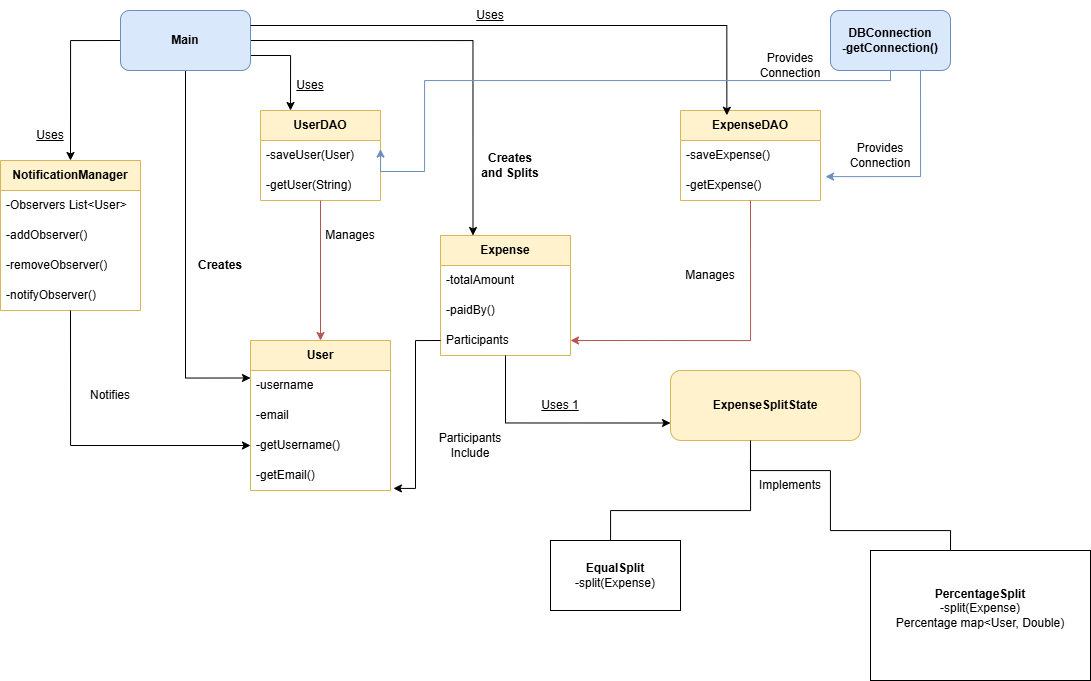
Earlier version of the draw.io export DesignPatterns/SplitwiseClassDiagram-Draw.png (JoyneelBose02/Incedo-Training). Source tidied: cells renumbered, new cells last; positions are measured from the earlier drawing's top-left corner, leaving out a move shared by most shapes.
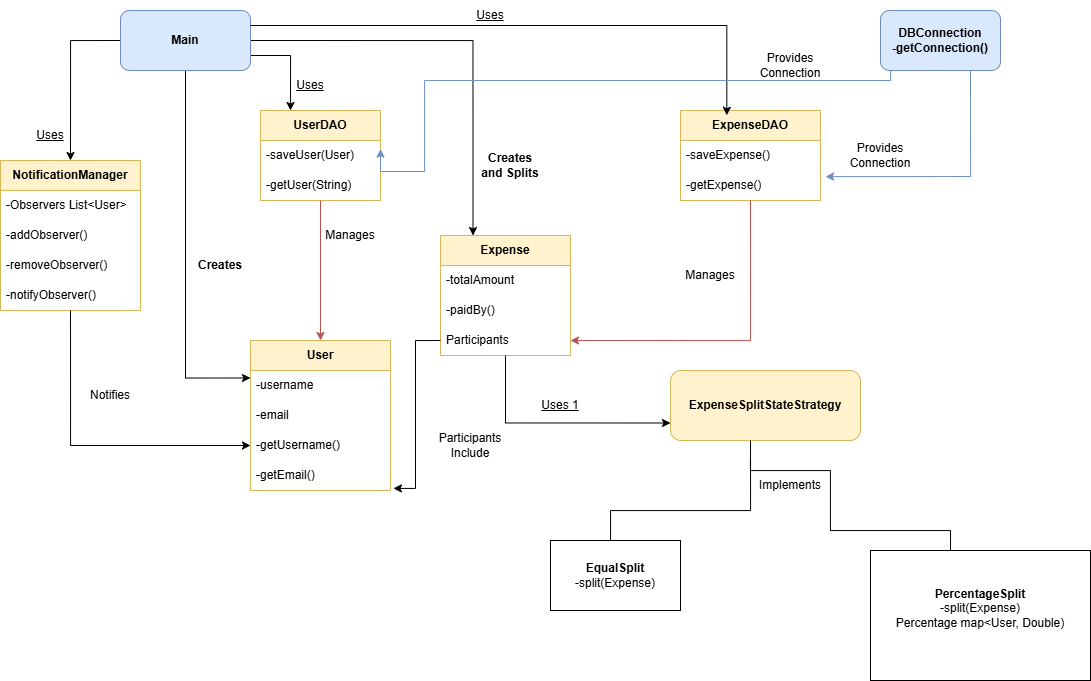
Later version of the same file.

Commit message:
Adding Modular version of class diagram

Diff of the diagram source:
```diff
@@ -47,7 +47,7 @@
       <mxGeometry y="60" width="120" height="30" as="geometry" />
     </mxCell>
     <mxCell id="16" value="DBConnection&lt;div&gt;-getConnection()&lt;/div&gt;" style="rounded=1;whiteSpace=wrap;html=1;fillColor=#dae8fc;strokeColor=#6c8ebf;fontStyle=1;" parent="1" vertex="1">
-      <mxGeometry x="830" y="10" width="120" height="60" as="geometry" />
+      <mxGeometry x="880" y="10" width="120" height="60" as="geometry" />
     </mxCell>
     <mxCell id="17" value="User" style="swimlane;fontStyle=1;horizontal=1;startSize=30;whiteSpace=wrap;html=1;fillColor=#fff2cc;strokeColor=#d6b656;" parent="1" vertex="1">
       <mxGeometry x="250" y="340" width="140" height="150" as="geometry" />
@@ -85,7 +85,7 @@
     <mxCell id="28" value="-getExpense()" style="text;strokeColor=none;fillColor=none;align=left;verticalAlign=middle;spacingLeft=4;spacingRight=4;overflow=hidden;points=[[0,0.5,0,0,0],[0.5,0,0,0,0],[0.5,1,0,0,0],[1,0.5,0,0,0]];portConstraint=eastwest;whiteSpace=wrap;html=1;" parent="26" vertex="1">
       <mxGeometry y="60" width="140" height="30" as="geometry" />
     </mxCell>
-    <mxCell id="29" value="ExpenseSplitState" style="rounded=1;whiteSpace=wrap;html=1;fillColor=#fff2cc;strokeColor=#d6b656;fontStyle=1;" parent="1" vertex="1">
+    <mxCell id="29" value="ExpenseSplitStateStrategy" style="rounded=1;whiteSpace=wrap;html=1;fillColor=#fff2cc;strokeColor=#d6b656;fontStyle=1;" parent="1" vertex="1">
       <mxGeometry x="670" y="370" width="190" height="70" as="geometry" />
     </mxCell>
     <mxCell id="30" style="edgeStyle=orthogonalEdgeStyle;sourcePerimeterSpacing=0;targetPerimeterSpacing=0;startArrow=none;endArrow=none;rounded=0;targetPortConstraint=eastwest;sourcePortConstraint=northsouth;curved=0;rounded=0;" parent="1" edge="1">
```
